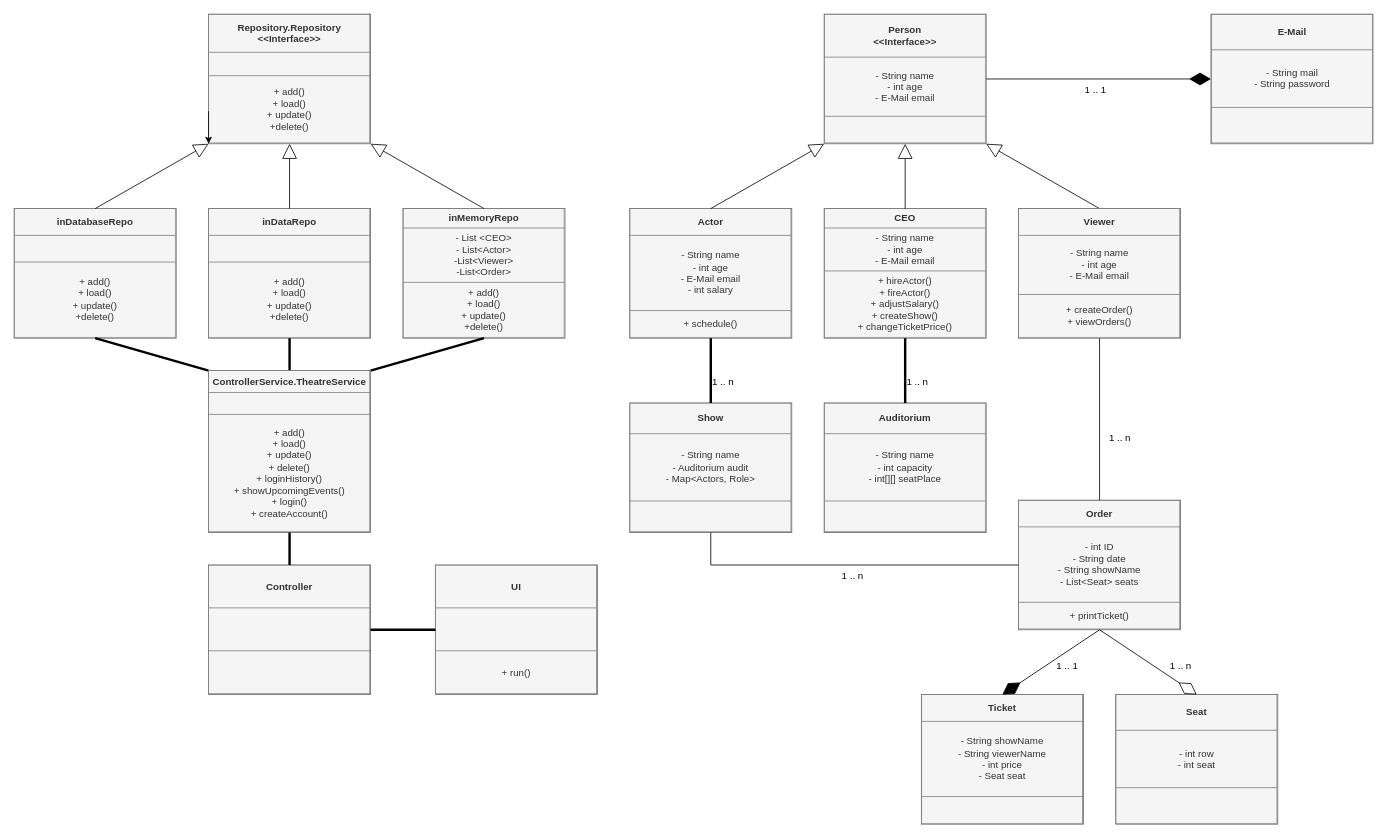
Before: Theatre.drawio in Benq2016/Theatre, a draw.io diagram. Source tidied: cells renumbered, new cells numbered last; positions are measured from the earlier drawing's top-left corner, leaving out a move shared by most shapes. Both pictures are drawn from the tidied source at 81%, with x=0, y=0 at pixel (14, 14).
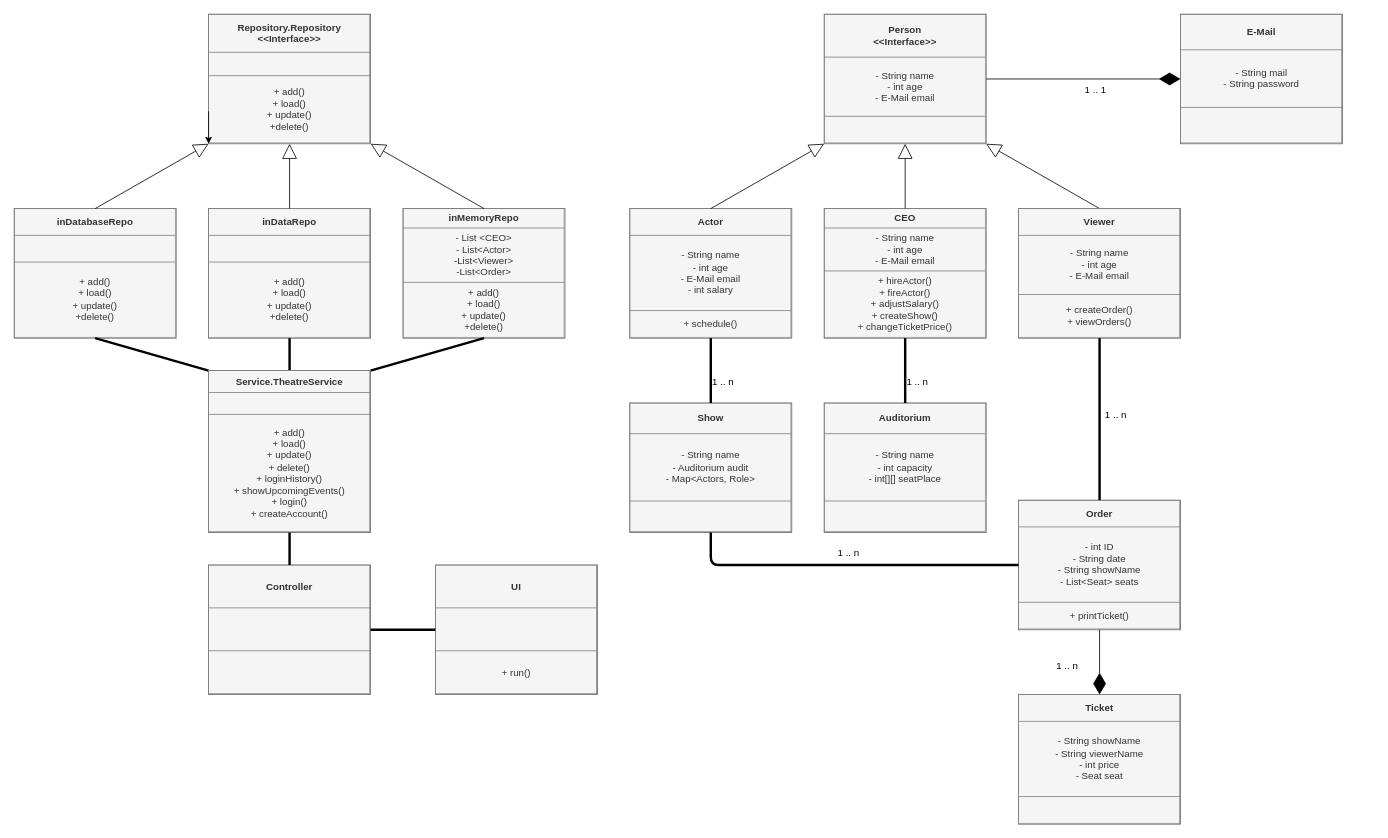
Above is the later version.

Commit message (it also covers changes not shown here):
some small corrections were made to the uml diagram

Unchanged cells that the change refers to:
```xml
<mxCell id="12" value="&lt;table border=&quot;1&quot; width=&quot;100%&quot; height=&quot;100%&quot; cellpadding=&quot;4&quot; style=&quot;width:100%;height:100%;border-collapse:collapse;&quot;&gt;&lt;tbody&gt;&lt;tr&gt;&lt;th align=&quot;center&quot;&gt;Order&lt;/th&gt;&lt;/tr&gt;&lt;tr&gt;&lt;td align=&quot;center&quot;&gt;- int ID&lt;br&gt;- String date&lt;br&gt;- String showName&lt;br&gt;- List&amp;lt;Seat&amp;gt; seats&lt;br&gt;&lt;/td&gt;&lt;/tr&gt;&lt;tr&gt;&lt;td align=&quot;center&quot;&gt;+ printTicket()&lt;/td&gt;&lt;/tr&gt;&lt;/tbody&gt;&lt;/table&gt;" style="text;html=1;whiteSpace=wrap;strokeColor=#666666;fillColor=#f5f5f5;overflow=fill;fillStyle=auto;fontColor=#333333;" parent="1" vertex="1">
  <mxGeometry x="1240" y="600" width="200" height="160" as="geometry" />
</mxCell>
<mxCell id="21" value="&lt;table border=&quot;1&quot; width=&quot;100%&quot; height=&quot;100%&quot; cellpadding=&quot;4&quot; style=&quot;width:100%;height:100%;border-collapse:collapse;&quot;&gt;&lt;tbody&gt;&lt;tr&gt;&lt;th align=&quot;center&quot;&gt;Viewer&lt;/th&gt;&lt;/tr&gt;&lt;tr&gt;&lt;td align=&quot;center&quot;&gt;- String name&lt;br&gt;- int age&lt;br&gt;- E-Mail email&lt;br&gt;&lt;/td&gt;&lt;/tr&gt;&lt;tr&gt;&lt;td align=&quot;center&quot;&gt;+ createOrder()&lt;br&gt;+ viewOrders()&lt;br&gt;&lt;/td&gt;&lt;/tr&gt;&lt;/tbody&gt;&lt;/table&gt;" style="text;html=1;whiteSpace=wrap;strokeColor=#666666;fillColor=#f5f5f5;overflow=fill;fillStyle=auto;fontColor=#333333;" parent="1" vertex="1">
  <mxGeometry x="1240" y="240" width="200" height="160" as="geometry" />
</mxCell>
<mxCell id="34" value="&lt;table border=&quot;1&quot; width=&quot;100%&quot; height=&quot;100%&quot; cellpadding=&quot;4&quot; style=&quot;width:100%;height:100%;border-collapse:collapse;&quot;&gt;&lt;tbody&gt;&lt;tr&gt;&lt;th align=&quot;center&quot;&gt;Show&lt;/th&gt;&lt;/tr&gt;&lt;tr&gt;&lt;td align=&quot;center&quot;&gt;- String name&lt;br&gt;- Auditorium audit&lt;br&gt;- Map&amp;lt;Actors, Role&amp;gt;&lt;/td&gt;&lt;/tr&gt;&lt;tr&gt;&lt;td align=&quot;center&quot;&gt;&lt;br&gt;&lt;/td&gt;&lt;/tr&gt;&lt;/tbody&gt;&lt;/table&gt;" style="text;html=1;whiteSpace=wrap;strokeColor=#666666;fillColor=#f5f5f5;overflow=fill;fillStyle=auto;fontColor=#333333;" parent="1" vertex="1">
  <mxGeometry x="760" y="480" width="200" height="160" as="geometry" />
</mxCell>
```

Diff of the diagram source:
```diff
@@
     <mxCell id="9" value="&lt;table border=&quot;1&quot; width=&quot;100%&quot; height=&quot;100%&quot; cellpadding=&quot;4&quot; style=&quot;width:100%;height:100%;border-collapse:collapse;&quot;&gt;&lt;tbody&gt;&lt;tr&gt;&lt;th align=&quot;center&quot;&gt;Ticket&lt;br&gt;&lt;/th&gt;&lt;/tr&gt;&lt;tr&gt;&lt;td align=&quot;center&quot;&gt;- String showName&lt;br&gt;- String viewerName&lt;br&gt;- int price&lt;br&gt;- Seat seat&lt;br&gt;&lt;/td&gt;&lt;/tr&gt;&lt;tr&gt;&lt;td align=&quot;center&quot;&gt;&lt;br&gt;&lt;/td&gt;&lt;/tr&gt;&lt;/tbody&gt;&lt;/table&gt;" style="text;html=1;whiteSpace=wrap;strokeColor=#666666;fillColor=#f5f5f5;overflow=fill;fillStyle=auto;fontColor=#333333;" parent="1" vertex="1">
-      <mxGeometry x="1120" y="840" width="200" height="160" as="geometry" />
+      <mxGeometry x="1240" y="840" width="200" height="160" as="geometry" />
     </mxCell>
@@
     <mxCell id="14" value="&lt;table border=&quot;1&quot; width=&quot;100%&quot; height=&quot;100%&quot; cellpadding=&quot;4&quot; style=&quot;width:100%;height:100%;border-collapse:collapse;&quot;&gt;&lt;tbody&gt;&lt;tr&gt;&lt;th align=&quot;center&quot;&gt;E-Mail&lt;/th&gt;&lt;/tr&gt;&lt;tr&gt;&lt;td align=&quot;center&quot;&gt;- String mail&lt;br&gt;- String password&lt;br&gt;&lt;/td&gt;&lt;/tr&gt;&lt;tr&gt;&lt;td align=&quot;center&quot;&gt;&lt;br&gt;&lt;/td&gt;&lt;/tr&gt;&lt;/tbody&gt;&lt;/table&gt;" style="text;html=1;whiteSpace=wrap;strokeColor=#666666;fillColor=#f5f5f5;overflow=fill;fillStyle=auto;fontColor=#333333;" parent="1" vertex="1">
-      <mxGeometry x="1477.5" width="200" height="160" as="geometry" />
+      <mxGeometry x="1440" width="200" height="160" as="geometry" />
     </mxCell>
@@
-    <mxCell id="16" value="&lt;table border=&quot;1&quot; width=&quot;100%&quot; height=&quot;100%&quot; cellpadding=&quot;4&quot; style=&quot;width:100%;height:100%;border-collapse:collapse;&quot;&gt;&lt;tbody&gt;&lt;tr&gt;&lt;th align=&quot;center&quot;&gt;Seat&lt;/th&gt;&lt;/tr&gt;&lt;tr&gt;&lt;td align=&quot;center&quot;&gt;- int row&lt;br&gt;- int seat&lt;/td&gt;&lt;/tr&gt;&lt;tr&gt;&lt;td align=&quot;center&quot;&gt;&lt;br&gt;&lt;/td&gt;&lt;/tr&gt;&lt;/tbody&gt;&lt;/table&gt;" style="text;html=1;whiteSpace=wrap;strokeColor=#666666;fillColor=#f5f5f5;overflow=fill;fillStyle=auto;fontColor=#333333;" parent="1" vertex="1">
-      <mxGeometry x="1360" y="840" width="200" height="160" as="geometry" />
-    </mxCell>
@@
-    <mxCell id="24" style="endArrow=diamondThin;endFill=0;endSize=24;html=1;exitX=0.5;exitY=1;exitDx=0;exitDy=0;entryX=0.5;entryY=0;entryDx=0;entryDy=0;" parent="1" edge="1" source="12" target="16">
-      <mxGeometry relative="1" as="geometry" />
-    </mxCell>
@@
-    <mxCell id="31" value="&lt;table border=&quot;1&quot; width=&quot;100%&quot; height=&quot;100%&quot; cellpadding=&quot;4&quot; style=&quot;width:100%;height:100%;border-collapse:collapse;&quot;&gt;&lt;tbody&gt;&lt;tr&gt;&lt;th align=&quot;center&quot;&gt;ControllerService.TheatreService&lt;/th&gt;&lt;/tr&gt;&lt;tr&gt;&lt;td align=&quot;center&quot;&gt;&lt;br&gt;&lt;/td&gt;&lt;/tr&gt;&lt;tr&gt;&lt;td align=&quot;center&quot;&gt;+ add()&lt;br&gt;+ load()&lt;br&gt;+ update()&lt;br&gt;+ delete()&lt;br&gt;+ loginHistory()&lt;br&gt;+ showUpcomingEvents()&lt;br&gt;+ login()&lt;br&gt;+ createAccount()&lt;br&gt;&lt;/td&gt;&lt;/tr&gt;&lt;/tbody&gt;&lt;/table&gt;" style="text;html=1;whiteSpace=wrap;strokeColor=#666666;fillColor=#f5f5f5;overflow=fill;fillStyle=auto;fontColor=#333333;" parent="1" vertex="1">
+    <mxCell id="31" value="&lt;table border=&quot;1&quot; width=&quot;100%&quot; height=&quot;100%&quot; cellpadding=&quot;4&quot; style=&quot;width:100%;height:100%;border-collapse:collapse;&quot;&gt;&lt;tbody&gt;&lt;tr&gt;&lt;th align=&quot;center&quot;&gt;Service.TheatreService&lt;/th&gt;&lt;/tr&gt;&lt;tr&gt;&lt;td align=&quot;center&quot;&gt;&lt;br&gt;&lt;/td&gt;&lt;/tr&gt;&lt;tr&gt;&lt;td align=&quot;center&quot;&gt;+ add()&lt;br&gt;+ load()&lt;br&gt;+ update()&lt;br&gt;+ delete()&lt;br&gt;+ loginHistory()&lt;br&gt;+ showUpcomingEvents()&lt;br&gt;+ login()&lt;br&gt;+ createAccount()&lt;br&gt;&lt;/td&gt;&lt;/tr&gt;&lt;/tbody&gt;&lt;/table&gt;" style="text;html=1;whiteSpace=wrap;strokeColor=#666666;fillColor=#f5f5f5;overflow=fill;fillStyle=auto;fontColor=#333333;" parent="1" vertex="1">
       <mxGeometry x="240" y="440" width="200" height="200" as="geometry" />
     </mxCell>
@@
-    <mxCell id="36" style="endArrow=none;html=1;rounded=0;align=center;verticalAlign=top;endFill=0;labelBackgroundColor=none;entryX=0;entryY=0.5;entryDx=0;entryDy=0;exitX=0.5;exitY=1;exitDx=0;exitDy=0;" parent="1" edge="1" source="34" target="12">
-      <mxGeometry relative="1" as="geometry">
-        <Array as="points">
-          <mxPoint x="860" y="680" />
-        </Array>
-      </mxGeometry>
-    </mxCell>
-    <mxCell id="37" value="1 .. n" style="html=1;align=left;verticalAlign=top;labelBackgroundColor=none;" parent="36" vertex="1">
-      <mxGeometry x="-1" relative="1" as="geometry">
-        <mxPoint x="160" y="40" as="offset" />
-      </mxGeometry>
-    </mxCell>
-    <mxCell id="38" style="endArrow=none;html=1;rounded=0;align=center;verticalAlign=top;endFill=0;labelBackgroundColor=none;entryX=0.5;entryY=1;entryDx=0;entryDy=0;exitX=0.5;exitY=0;exitDx=0;exitDy=0;" parent="1" edge="1" source="12" target="21">
-      <mxGeometry relative="1" as="geometry" />
-    </mxCell>
-    <mxCell id="39" value="1 .. n" style="html=1;align=left;verticalAlign=top;labelBackgroundColor=none;" parent="38" vertex="1">
-      <mxGeometry x="-1" relative="1" as="geometry">
-        <mxPoint x="10" y="-90" as="offset" />
-      </mxGeometry>
-    </mxCell>
@@
-    <mxCell id="43" value="1 .. 1" style="html=1;align=left;verticalAlign=top;labelBackgroundColor=none;" parent="1" vertex="1">
+    <mxCell id="43" value="1 .. n" style="html=1;align=left;verticalAlign=top;labelBackgroundColor=none;" parent="1" vertex="1">
       <mxGeometry x="1240" y="760" as="geometry">
         <mxPoint x="45" y="31" as="offset" />
       </mxGeometry>
     </mxCell>
-    <mxCell id="44" value="1 .. n" style="html=1;align=left;verticalAlign=top;labelBackgroundColor=none;" parent="1" vertex="1">
-      <mxGeometry x="1380" y="760" as="geometry">
-        <mxPoint x="45" y="31" as="offset" />
+    <mxCell id="44" style="endArrow=none;startArrow=none;endFill=0;startFill=0;endSize=8;html=1;verticalAlign=bottom;labelBackgroundColor=none;strokeWidth=3;exitX=0;exitY=0.5;exitDx=0;exitDy=0;entryX=0.5;entryY=1;entryDx=0;entryDy=0;" parent="1" edge="1" source="12">
+      <mxGeometry relative="1" as="geometry">
+        <mxPoint x="860" y="640" as="targetPoint" />
+        <Array as="points">
+          <mxPoint x="860" y="680" />
+        </Array>
       </mxGeometry>
     </mxCell>
+    <mxCell id="45" value="1 .. n" style="html=1;align=left;verticalAlign=top;labelBackgroundColor=none;" parent="1" vertex="1">
+      <mxGeometry x="970" y="620" as="geometry">
+        <mxPoint x="45" y="31" as="offset" />
+      </mxGeometry>
+    </mxCell>
+    <mxCell id="38" style="endArrow=none;startArrow=none;endFill=0;startFill=0;endSize=8;html=1;verticalAlign=bottom;labelBackgroundColor=none;strokeWidth=3;exitX=0.5;exitY=0;exitDx=0;exitDy=0;entryX=0.5;entryY=1;entryDx=0;entryDy=0;" parent="1" edge="1" source="12" target="21">
+      <mxGeometry relative="1" as="geometry">
+        <Array as="points">
+          <mxPoint x="1340" y="500" />
+        </Array>
+      </mxGeometry>
+    </mxCell>
+    <mxCell id="46" value="1 .. n" style="html=1;align=left;verticalAlign=top;labelBackgroundColor=none;" parent="1" vertex="1">
+      <mxGeometry x="1300" y="450" as="geometry">
+        <mxPoint x="45" y="31" as="offset" />
+      </mxGeometry>
+    </mxCell>
```
